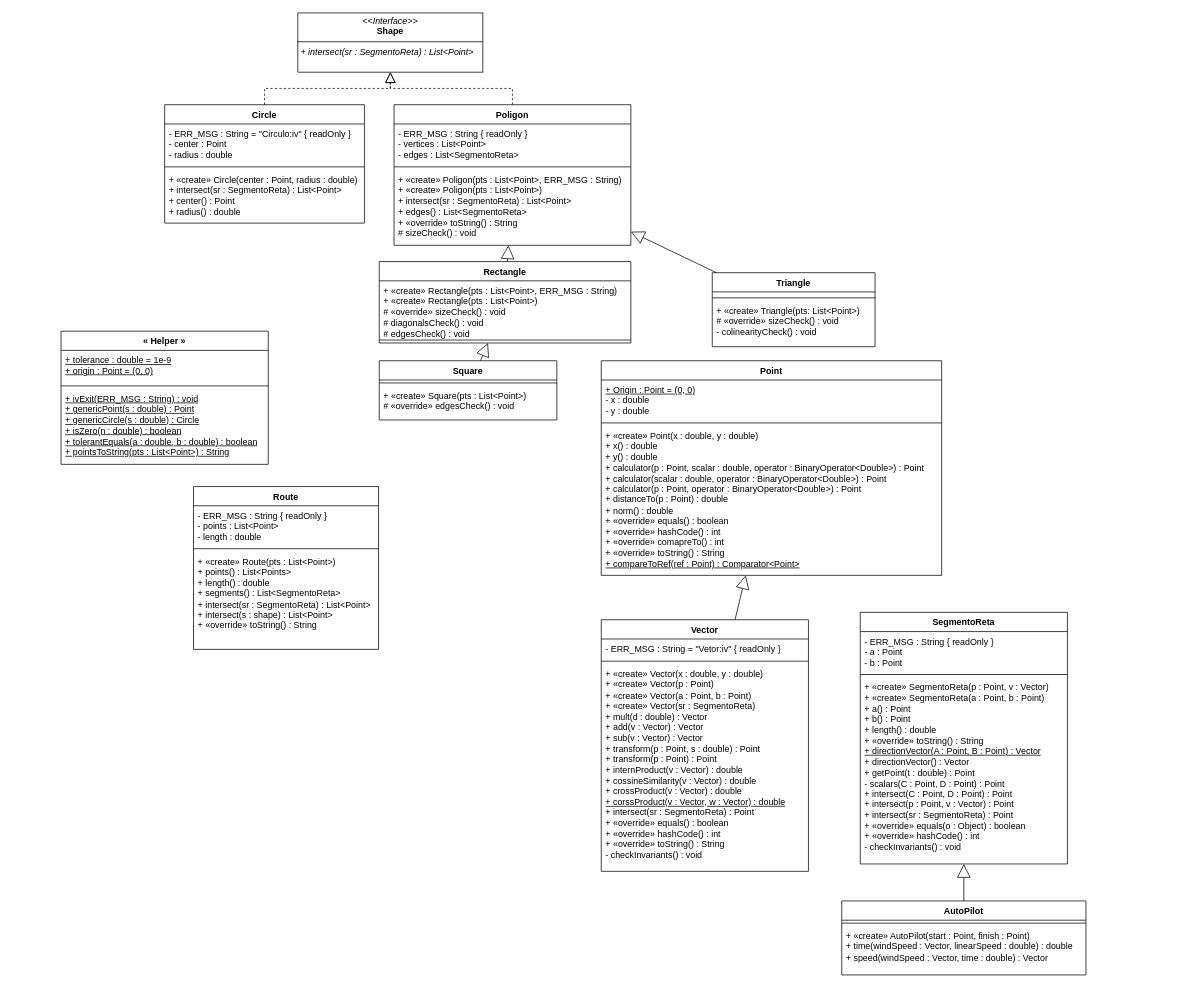
Matheus-Oliveira-03/POO-25.26 keeps this draw.io diagram as LAB4/POO_LAB.drawio. Above is the earlier version. Source tidied: cells renumbered, new cells numbered last; positions are measured from the earlier drawing's top-left corner, leaving out a move shared by most shapes. Both pictures are drawn from the tidied source at 74%, with x=0, y=0 at pixel (61, 13).
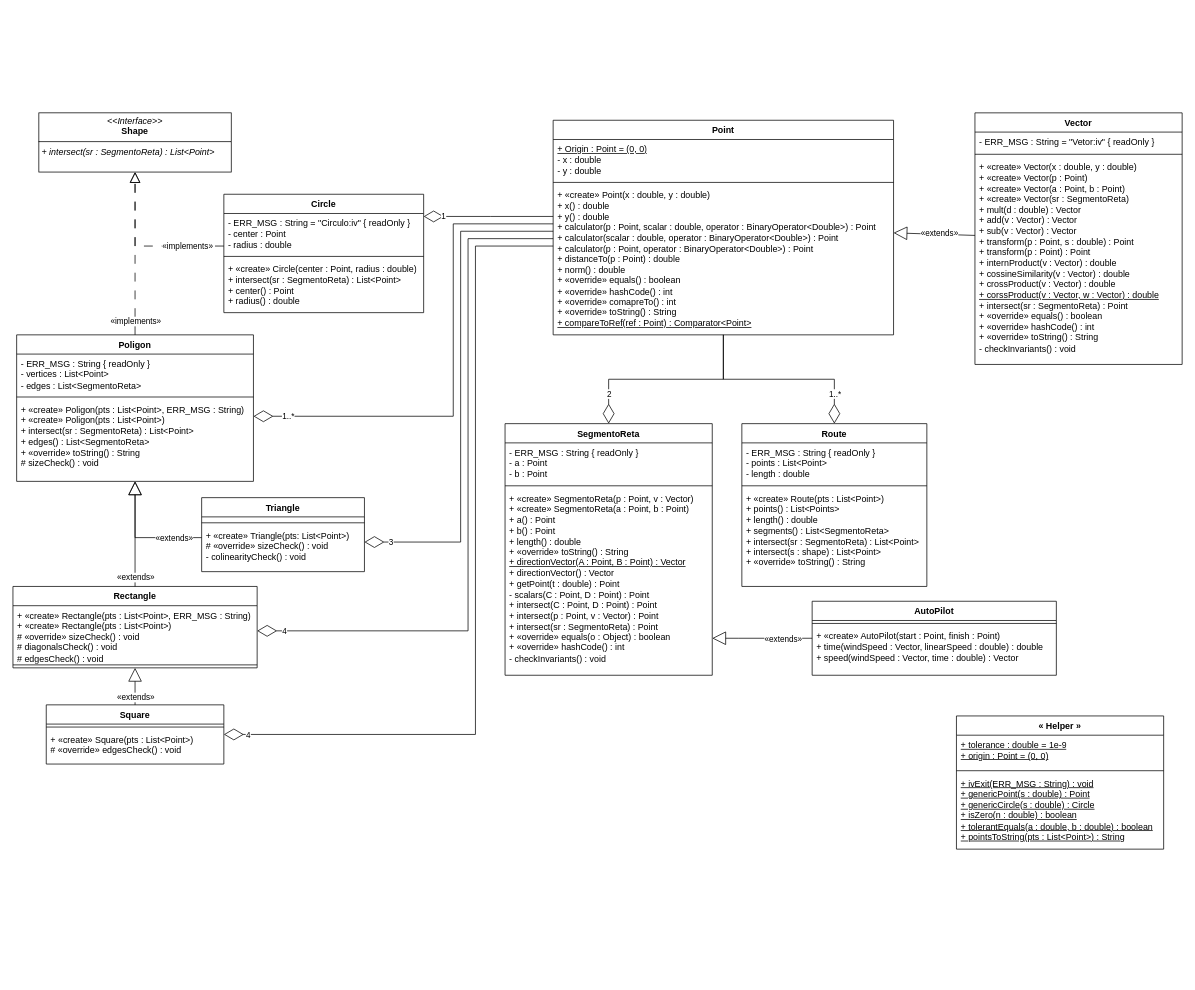
After the change.

The change refers to these unchanged cells:
```xml
<mxCell id="15" value="+ «create» SegmentoReta(p : Point, v : Vector)&lt;div&gt;+ «create» SegmentoReta(a : Point, b : Point)&lt;/div&gt;&lt;div&gt;+ a() : Point&lt;/div&gt;&lt;div&gt;+ b() : Point&lt;/div&gt;&lt;div&gt;+ length() : double&lt;/div&gt;&lt;div&gt;+ «override» toString() : String&lt;/div&gt;&lt;div&gt;&lt;u&gt;+ directionVector(A : Point, B : Point) : Vector&lt;/u&gt;&lt;/div&gt;&lt;div&gt;+ directionVector() : Vector&lt;/div&gt;&lt;div&gt;+ getPoint(t : double) : Point&lt;/div&gt;&lt;div&gt;- scalars(C : Point, D : Point) : Point&lt;/div&gt;&lt;div&gt;+ intersect(C : Point, D : Point) : Point&lt;/div&gt;&lt;div&gt;+ intersect(p : Point, v : Vector) : Point&lt;/div&gt;&lt;div&gt;+ intersect(sr : SegmentoReta) : Point&lt;/div&gt;&lt;div&gt;+ «override» equals(o : Object) : boolean&lt;/div&gt;&lt;div&gt;+ «override» hashCode() : int&lt;/div&gt;&lt;div&gt;- checkInvariants() : void&lt;/div&gt;" style="text;strokeColor=none;fillColor=none;align=left;verticalAlign=top;spacingLeft=4;spacingRight=4;overflow=hidden;points=[[0,0.5],[1,0.5]];portConstraint=eastwest;whiteSpace=wrap;html=1;" parent="12" vertex="1">
  <mxGeometry y="88" width="280" height="252" as="geometry" />
</mxCell>
```

Diff of the diagram source:
```diff
@@
     <mxCell id="2" value="Rectangle" style="swimlane;fontStyle=1;align=center;verticalAlign=top;horizontal=1;startSize=26;whiteSpace=wrap;html=1;" parent="1" vertex="1">
-      <mxGeometry x="430" y="336" width="340" height="110" as="geometry" />
+      <mxGeometry x="-65" y="775" width="330" height="110" as="geometry" />
     </mxCell>
     <mxCell id="3" value="&lt;div&gt;+&amp;nbsp;&lt;span style=&quot;background-color: transparent; color: light-dark(rgb(0, 0, 0), rgb(255, 255, 255));&quot;&gt;«create» Rectangle(pts : List&amp;lt;Point&amp;gt;, ERR_MSG : String)&lt;/span&gt;&lt;/div&gt;&lt;div&gt;&lt;span style=&quot;background-color: transparent; color: light-dark(rgb(0, 0, 0), rgb(255, 255, 255));&quot;&gt;+&amp;nbsp;&lt;/span&gt;&lt;span style=&quot;background-color: transparent; color: light-dark(rgb(0, 0, 0), rgb(255, 255, 255));&quot;&gt;«create» Rectangle(pts : List&amp;lt;Point&amp;gt;)&lt;/span&gt;&lt;/div&gt;&lt;div&gt;# «override» sizeCheck() : void&lt;/div&gt;# diagonalsCheck() : void&lt;div&gt;# edgesCheck() : void&lt;/div&gt;" style="text;strokeColor=none;fillColor=none;align=left;verticalAlign=top;spacingLeft=4;spacingRight=4;overflow=hidden;whiteSpace=wrap;html=1;" parent="2" vertex="1">
-      <mxGeometry y="26" width="340" height="76" as="geometry" />
+      <mxGeometry y="26" width="330" height="76" as="geometry" />
     </mxCell>
     <mxCell id="4" style="line;strokeWidth=1;fillColor=none;align=left;verticalAlign=middle;spacingTop=-1;spacingLeft=3;spacingRight=3;labelPosition=right;strokeColor=inherit;" parent="2" vertex="1">
-      <mxGeometry y="102" width="340" height="8" as="geometry" />
+      <mxGeometry y="102" width="330" height="8" as="geometry" />
     </mxCell>
     <mxCell id="5" value="Square" style="swimlane;fontStyle=1;align=center;verticalAlign=top;horizontal=1;startSize=26;whiteSpace=wrap;html=1;" parent="1" vertex="1">
-      <mxGeometry x="430" y="470" width="240" height="80" as="geometry" />
+      <mxGeometry x="-20" y="935" width="240" height="80" as="geometry" />
     </mxCell>
@@
     <mxCell id="8" value="Vector" style="swimlane;fontStyle=1;align=center;verticalAlign=top;horizontal=1;startSize=26;whiteSpace=wrap;html=1;" parent="1" vertex="1">
-      <mxGeometry x="730" y="820" width="280" height="340" as="geometry" />
+      <mxGeometry x="1235" y="135" width="280" height="340" as="geometry" />
     </mxCell>
@@
     <mxCell id="12" value="SegmentoReta" style="swimlane;fontStyle=1;align=center;verticalAlign=top;horizontal=1;startSize=26;whiteSpace=wrap;html=1;" parent="1" vertex="1">
-      <mxGeometry x="1080" y="810" width="280" height="340" as="geometry" />
+      <mxGeometry x="600" y="555" width="280" height="340" as="geometry" />
     </mxCell>
@@
     <mxCell id="16" value="Point" style="swimlane;fontStyle=1;align=center;verticalAlign=top;horizontal=1;startSize=26;whiteSpace=wrap;html=1;" parent="1" vertex="1">
-      <mxGeometry x="730" y="470" width="460" height="290" as="geometry" />
+      <mxGeometry x="665" y="145" width="460" height="290" as="geometry" />
     </mxCell>
@@
     <mxCell id="20" value="Triangle" style="swimlane;fontStyle=1;align=center;verticalAlign=top;horizontal=1;startSize=26;whiteSpace=wrap;html=1;" parent="1" vertex="1">
-      <mxGeometry x="880" y="351" width="220" height="100" as="geometry" />
+      <mxGeometry x="190" y="655" width="220" height="100" as="geometry" />
     </mxCell>
@@
     <mxCell id="24" value="AutoPilot" style="swimlane;fontStyle=1;align=center;verticalAlign=top;horizontal=1;startSize=26;whiteSpace=wrap;html=1;" parent="1" vertex="1">
-      <mxGeometry x="1055" y="1200" width="330" height="100" as="geometry" />
+      <mxGeometry x="1015" y="795" width="330" height="100" as="geometry" />
     </mxCell>
@@
     <mxCell id="27" value="Poligon" style="swimlane;fontStyle=1;align=center;verticalAlign=top;horizontal=1;startSize=26;whiteSpace=wrap;html=1;" parent="1" vertex="1">
-      <mxGeometry x="450" y="124" width="320" height="190" as="geometry" />
+      <mxGeometry x="-60" y="435" width="320" height="198" as="geometry" />
     </mxCell>
@@
     <mxCell id="30" value="&lt;div&gt;+&amp;nbsp;&lt;span style=&quot;background-color: transparent; color: light-dark(rgb(0, 0, 0), rgb(255, 255, 255));&quot;&gt;«create» Poligon(pts : List&amp;lt;Point&amp;gt;, ERR_MSG : String)&lt;/span&gt;&lt;/div&gt;&lt;div&gt;&lt;span style=&quot;background-color: transparent; color: light-dark(rgb(0, 0, 0), rgb(255, 255, 255));&quot;&gt;+&amp;nbsp;&lt;/span&gt;&lt;span style=&quot;background-color: transparent; color: light-dark(rgb(0, 0, 0), rgb(255, 255, 255));&quot;&gt;«create» Poligon(pts : List&amp;lt;Point&amp;gt;)&lt;/span&gt;&lt;/div&gt;&lt;div&gt;+ intersect(sr : SegmentoReta) : List&amp;lt;Point&amp;gt;&lt;/div&gt;+ edges() : List&amp;lt;SegmentoReta&amp;gt;&lt;div&gt;+ «override» toString() : String&lt;/div&gt;&lt;div&gt;# sizeCheck() : void&lt;/div&gt;" style="text;strokeColor=none;fillColor=none;align=left;verticalAlign=top;spacingLeft=4;spacingRight=4;overflow=hidden;whiteSpace=wrap;html=1;" parent="27" vertex="1">
-      <mxGeometry y="88" width="320" height="102" as="geometry" />
+      <mxGeometry y="88" width="320" height="110" as="geometry" />
     </mxCell>
     <mxCell id="31" value="Circle" style="swimlane;fontStyle=1;align=center;verticalAlign=top;horizontal=1;startSize=26;whiteSpace=wrap;html=1;" parent="1" vertex="1">
-      <mxGeometry x="140" y="124" width="270" height="160" as="geometry" />
+      <mxGeometry x="220" y="245" width="270" height="160" as="geometry" />
     </mxCell>
@@
     <mxCell id="35" value="« Helper »" style="swimlane;fontStyle=1;align=center;verticalAlign=top;horizontal=1;startSize=26;whiteSpace=wrap;html=1;" parent="1" vertex="1">
-      <mxGeometry y="430" width="280" height="180" as="geometry" />
+      <mxGeometry x="1210" y="950" width="280" height="180" as="geometry" />
     </mxCell>
@@
     <mxCell id="39" value="Route" style="swimlane;fontStyle=1;align=center;verticalAlign=top;horizontal=1;startSize=26;whiteSpace=wrap;html=1;" parent="1" vertex="1">
-      <mxGeometry x="179" y="640" width="250" height="220" as="geometry" />
+      <mxGeometry x="920" y="555" width="250" height="220" as="geometry" />
     </mxCell>
@@
     <mxCell id="43" value="&lt;p style=&quot;margin:0px;margin-top:4px;text-align:center;&quot;&gt;&lt;i&gt;&amp;lt;&amp;lt;Interface&amp;gt;&amp;gt;&lt;/i&gt;&lt;br&gt;&lt;b&gt;Shape&lt;/b&gt;&lt;/p&gt;&lt;hr size=&quot;1&quot; style=&quot;border-style:solid;&quot;&gt;&lt;p style=&quot;margin:0px;margin-left:4px;&quot;&gt;&lt;i&gt;+ intersect(sr : SegmentoReta) : List&amp;lt;Point&amp;gt;&lt;/i&gt;&lt;/p&gt;" style="verticalAlign=top;align=left;overflow=fill;html=1;whiteSpace=wrap;" parent="1" vertex="1">
-      <mxGeometry x="320" width="250" height="80" as="geometry" />
+      <mxGeometry x="-30" y="135" width="260" height="80" as="geometry" />
     </mxCell>
-    <mxCell id="44" style="endArrow=block;dashed=1;endFill=0;endSize=12;html=1;rounded=0;edgeStyle=orthogonalEdgeStyle;" parent="1" edge="1" source="31" target="43">
-      <mxGeometry relative="1" as="geometry" />
+    <mxCell id="44" style="endArrow=block;dashed=1;endFill=0;endSize=12;html=1;rounded=0;edgeStyle=orthogonalEdgeStyle;dashPattern=12 12;entryX=0.5;entryY=1;entryDx=0;entryDy=0;" parent="1" edge="1" source="31" target="43">
+      <mxGeometry relative="1" as="geometry">
+        <Array as="points">
+          <mxPoint x="100" y="315" />
+        </Array>
+      </mxGeometry>
     </mxCell>
+    <mxCell id="51" value="«implements»" style="edgeLabel;html=1;align=center;verticalAlign=middle;" parent="44" vertex="1">
+      <mxGeometry x="0.01" y="-1" relative="1" as="geometry">
+        <mxPoint x="61" y="1" as="offset" />
+      </mxGeometry>
+    </mxCell>
-    <mxCell id="45" style="endArrow=block;dashed=1;endFill=0;endSize=12;html=1;rounded=0;edgeStyle=orthogonalEdgeStyle;" parent="1" edge="1" source="27" target="43">
+    <mxCell id="45" style="endArrow=block;dashed=1;endFill=0;endSize=12;html=1;rounded=0;edgeStyle=orthogonalEdgeStyle;dashPattern=12 12;" parent="1" edge="1" source="27" target="43">
       <mxGeometry relative="1" as="geometry" />
     </mxCell>
+    <mxCell id="52" value="«implements»" style="edgeLabel;html=1;align=center;verticalAlign=middle;" parent="45" vertex="1">
+      <mxGeometry y="-1" relative="1" as="geometry">
+        <mxPoint x="-1" y="91" as="offset" />
+      </mxGeometry>
+    </mxCell>
+    <mxCell id="47" style="endArrow=block;endSize=16;endFill=0;html=1;rounded=0;edgeStyle=orthogonalEdgeStyle;" parent="1" edge="1" source="2" target="27">
+      <mxGeometry relative="1" as="geometry" />
+    </mxCell>
+    <mxCell id="53" value="«extends»" style="edgeLabel;html=1;align=center;verticalAlign=middle;" parent="47" vertex="1">
+      <mxGeometry x="-0.19" y="1" relative="1" as="geometry">
+        <mxPoint x="1" y="45" as="offset" />
+      </mxGeometry>
+    </mxCell>
+    <mxCell id="48" style="endArrow=block;endSize=16;endFill=0;html=1;rounded=0;edgeStyle=orthogonalEdgeStyle;" parent="1" edge="1" source="5" target="2">
+      <mxGeometry relative="1" as="geometry" />
+    </mxCell>
+    <mxCell id="54" value="«extends»" style="edgeLabel;html=1;align=center;verticalAlign=middle;" parent="48" vertex="1">
+      <mxGeometry x="-0.15" y="-2" relative="1" as="geometry">
+        <mxPoint x="-2" y="10" as="offset" />
+      </mxGeometry>
+    </mxCell>
+    <mxCell id="49" style="endArrow=block;endSize=16;endFill=0;html=1;rounded=0;" parent="1" edge="1" source="8" target="16">
+      <mxGeometry relative="1" as="geometry" />
+    </mxCell>
+    <mxCell id="55" value="«extends»" style="edgeLabel;html=1;align=center;verticalAlign=middle;" parent="49" vertex="1">
+      <mxGeometry x="-0.11" y="-2" relative="1" as="geometry" />
+    </mxCell>
+    <mxCell id="50" style="endArrow=block;endSize=16;endFill=0;html=1;rounded=0;edgeStyle=orthogonalEdgeStyle;" parent="1" edge="1" source="24" target="15">
+      <mxGeometry relative="1" as="geometry">
+        <Array as="points">
+          <mxPoint x="915" y="845" />
+          <mxPoint x="915" y="845" />
+        </Array>
+      </mxGeometry>
+    </mxCell>
+    <mxCell id="56" value="«extends»" style="edgeLabel;html=1;align=center;verticalAlign=middle;" parent="50" vertex="1">
+      <mxGeometry x="-0.34" y="-4" relative="1" as="geometry">
+        <mxPoint x="5" y="4" as="offset" />
+      </mxGeometry>
+    </mxCell>
+    <mxCell id="57" style="endArrow=diamondThin;endFill=0;endSize=24;html=1;rounded=0;edgeStyle=orthogonalEdgeStyle;" parent="1" edge="1" source="16" target="12">
+      <mxGeometry relative="1" as="geometry" />
+    </mxCell>
+    <mxCell id="58" value="2" style="edgeLabel;html=1;align=center;verticalAlign=middle;" parent="57" vertex="1">
+      <mxGeometry x="0.63" relative="1" as="geometry">
+        <mxPoint y="10" as="offset" />
+      </mxGeometry>
+    </mxCell>
+    <mxCell id="59" style="endArrow=diamondThin;endFill=0;endSize=24;html=1;rounded=0;edgeStyle=orthogonalEdgeStyle;" parent="1" edge="1" source="16" target="39">
+      <mxGeometry relative="1" as="geometry" />
+    </mxCell>
+    <mxCell id="60" value="1..*" style="edgeLabel;html=1;align=center;verticalAlign=middle;" parent="59" vertex="1">
+      <mxGeometry x="0.67" y="-3" relative="1" as="geometry">
+        <mxPoint x="3" y="4" as="offset" />
+      </mxGeometry>
+    </mxCell>
-    <mxCell id="46" style="endArrow=block;endSize=16;endFill=0;html=1;rounded=0;" parent="1" edge="1" source="20" target="27">
-      <mxGeometry relative="1" as="geometry" />
+    <mxCell id="46" style="endArrow=block;endSize=16;endFill=0;html=1;rounded=0;edgeStyle=orthogonalEdgeStyle;" parent="1" edge="1" source="20" target="27">
+      <mxGeometry relative="1" as="geometry">
+        <Array as="points">
+          <mxPoint x="100" y="709" />
+        </Array>
+      </mxGeometry>
     </mxCell>
-    <mxCell id="47" style="endArrow=block;endSize=16;endFill=0;html=1;rounded=0;" parent="1" edge="1" source="2" target="27">
-      <mxGeometry relative="1" as="geometry" />
-    </mxCell>
-    <mxCell id="48" style="endArrow=block;endSize=16;endFill=0;html=1;rounded=0;" parent="1" edge="1" source="5" target="2">
-      <mxGeometry relative="1" as="geometry" />
-    </mxCell>
-    <mxCell id="49" style="endArrow=block;endSize=16;endFill=0;html=1;rounded=0;" parent="1" edge="1" source="8" target="16">
-      <mxGeometry relative="1" as="geometry" />
-    </mxCell>
-    <mxCell id="50" style="endArrow=block;endSize=16;endFill=0;html=1;rounded=0;" parent="1" edge="1" source="24" target="12">
-      <mxGeometry relative="1" as="geometry" />
-    </mxCell>
+    <mxCell id="61" value="«extends»" style="edgeLabel;html=1;align=center;verticalAlign=middle;" parent="46" vertex="1">
+      <mxGeometry x="-0.19" y="1" relative="1" as="geometry">
+        <mxPoint x="29" y="-1" as="offset" />
+      </mxGeometry>
+    </mxCell>
+    <mxCell id="62" style="endArrow=diamondThin;endFill=0;endSize=24;html=1;rounded=0;edgeStyle=orthogonalEdgeStyle;" parent="1" edge="1" source="16" target="31">
+      <mxGeometry relative="1" as="geometry">
+        <Array as="points">
+          <mxPoint x="580" y="275" />
+          <mxPoint x="580" y="275" />
+        </Array>
+      </mxGeometry>
+    </mxCell>
+    <mxCell id="63" value="1" style="edgeLabel;html=1;align=center;verticalAlign=middle;" parent="62" vertex="1">
+      <mxGeometry x="0.7" y="-1" relative="1" as="geometry" />
+    </mxCell>
+    <mxCell id="64" style="endArrow=diamondThin;endFill=0;endSize=24;html=1;rounded=0;edgeStyle=orthogonalEdgeStyle;" parent="1" edge="1" source="16" target="27">
+      <mxGeometry relative="1" as="geometry">
+        <Array as="points">
+          <mxPoint x="530" y="285" />
+          <mxPoint x="530" y="545" />
+        </Array>
+      </mxGeometry>
+    </mxCell>
+    <mxCell id="65" value="1..*" style="edgeLabel;html=1;align=center;verticalAlign=middle;" parent="64" vertex="1">
+      <mxGeometry x="0.86" y="-1" relative="1" as="geometry">
+        <mxPoint x="-1" as="offset" />
+      </mxGeometry>
+    </mxCell>
+    <mxCell id="66" style="endArrow=diamondThin;endFill=0;endSize=24;html=1;rounded=0;edgeStyle=orthogonalEdgeStyle;" parent="1" edge="1" source="16" target="20">
+      <mxGeometry relative="1" as="geometry">
+        <Array as="points">
+          <mxPoint x="540" y="295" />
+          <mxPoint x="540" y="715" />
+        </Array>
+      </mxGeometry>
+    </mxCell>
+    <mxCell id="67" value="3" style="edgeLabel;html=1;align=center;verticalAlign=middle;" parent="66" vertex="1">
+      <mxGeometry x="0.87" y="2" relative="1" as="geometry">
+        <mxPoint x="-9" y="-2" as="offset" />
+      </mxGeometry>
+    </mxCell>
+    <mxCell id="68" style="endArrow=diamondThin;endFill=0;endSize=24;html=1;rounded=0;edgeStyle=orthogonalEdgeStyle;" parent="1" edge="1" source="16" target="2">
+      <mxGeometry relative="1" as="geometry">
+        <Array as="points">
+          <mxPoint x="550" y="305" />
+          <mxPoint x="550" y="835" />
+        </Array>
+      </mxGeometry>
+    </mxCell>
+    <mxCell id="69" value="4" style="edgeLabel;html=1;align=center;verticalAlign=middle;" parent="68" vertex="1">
+      <mxGeometry x="0.89" relative="1" as="geometry">
+        <mxPoint x="-15" as="offset" />
+      </mxGeometry>
+    </mxCell>
+    <mxCell id="70" style="endArrow=diamondThin;endFill=0;endSize=24;html=1;rounded=0;edgeStyle=orthogonalEdgeStyle;" parent="1" edge="1" source="16" target="5">
+      <mxGeometry relative="1" as="geometry">
+        <Array as="points">
+          <mxPoint x="560" y="315" />
+          <mxPoint x="560" y="975" />
+        </Array>
+      </mxGeometry>
+    </mxCell>
+    <mxCell id="71" value="4" style="edgeLabel;html=1;align=center;verticalAlign=middle;" parent="70" vertex="1">
+      <mxGeometry x="0.92" y="1" relative="1" as="geometry">
+        <mxPoint x="-12" y="-1" as="offset" />
+      </mxGeometry>
+    </mxCell>
```
